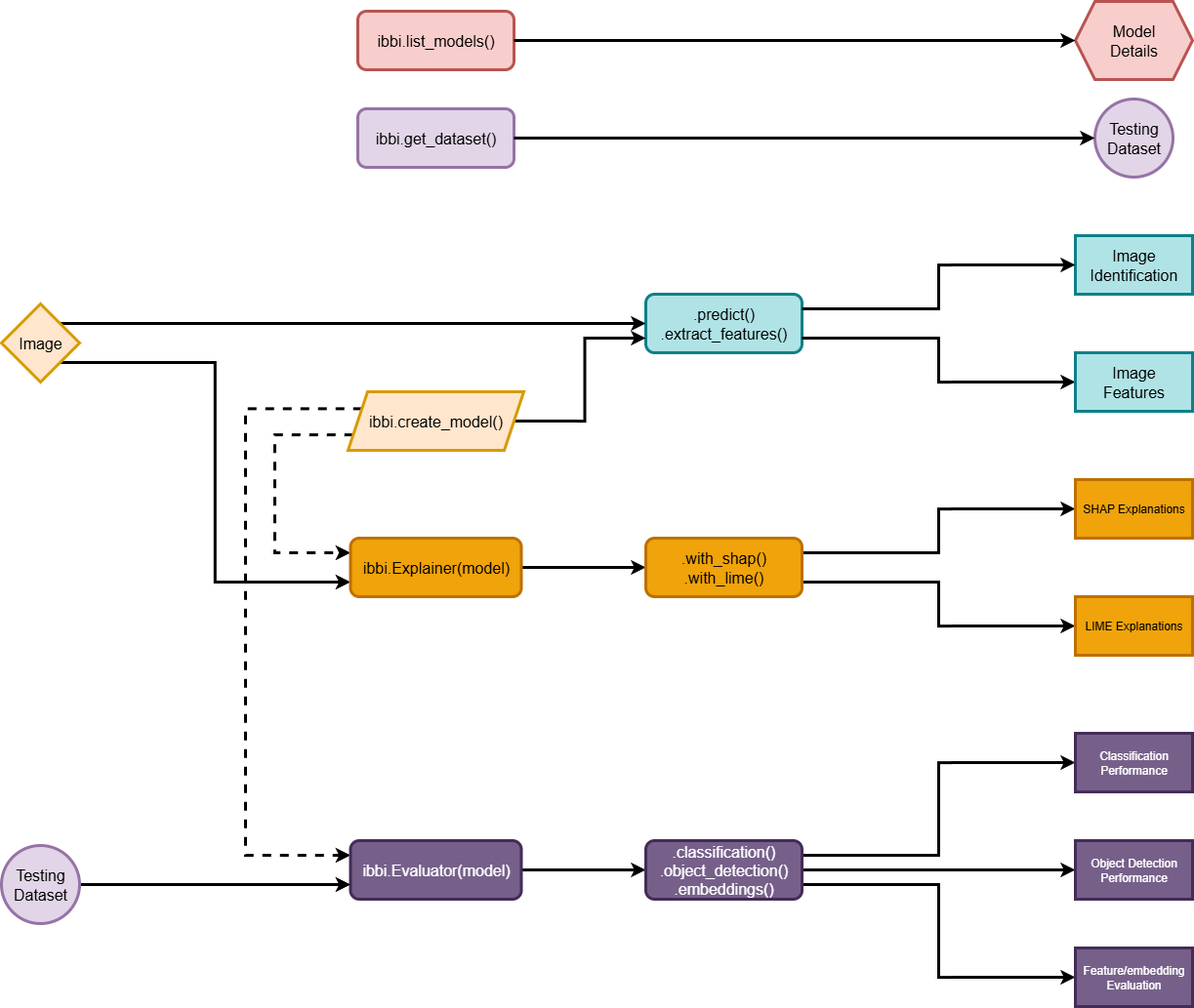
Before: assets/images/ibbi_inputs_outputs.png, a diagram exported from draw.io (ChristopherMarais/IBBI). Source tidied: cells renumbered, new cells last; positions are measured from the earlier drawing's top-left corner, leaving out a move shared by most shapes.
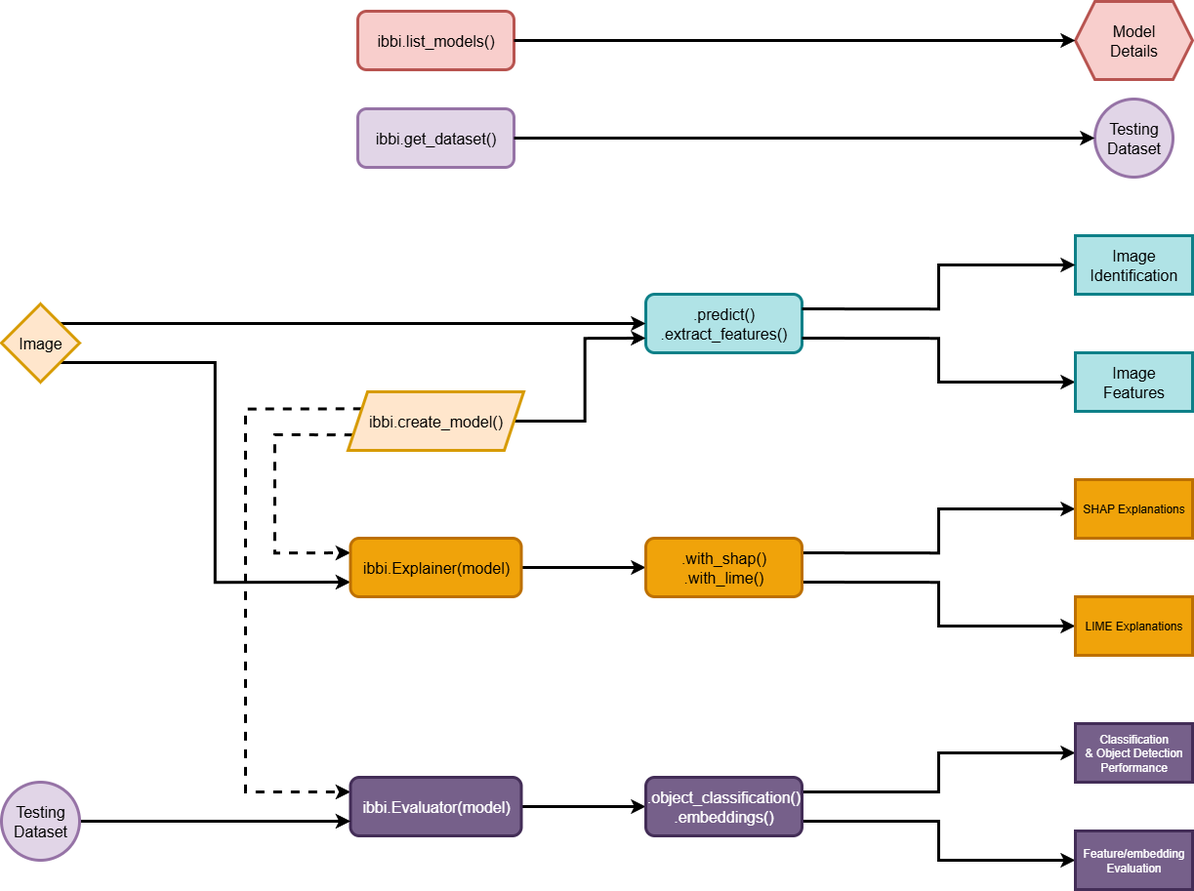
After the change.

Diff of the diagram source:
```diff
@@ -30,7 +30,7 @@
       <mxGeometry relative="1" as="geometry">
         <Array as="points">
           <mxPoint x="250" y="417" />
-          <mxPoint x="250" y="875" />
+          <mxPoint x="250" y="810" />
         </Array>
       </mxGeometry>
     </mxCell>
@@ -67,34 +67,28 @@
       <mxGeometry relative="1" as="geometry" />
     </mxCell>
     <mxCell id="20" value="&lt;span style=&quot;font-size: 16px;&quot;&gt;ibbi.Evaluator(model)&lt;/span&gt;" style="rounded=1;whiteSpace=wrap;html=1;fillColor=#76608a;strokeColor=#432D57;strokeWidth=3;textShadow=0;fontColor=#ffffff;" parent="1" vertex="1">
-      <mxGeometry x="357.5" y="860" width="175" height="60" as="geometry" />
+      <mxGeometry x="357.5" y="795" width="175" height="60" as="geometry" />
     </mxCell>
     <mxCell id="21" style="edgeStyle=orthogonalEdgeStyle;rounded=0;jettySize=auto;html=1;exitX=1;exitY=0.5;exitDx=0;exitDy=0;entryX=0;entryY=0.75;entryDx=0;entryDy=0;strokeWidth=3;endArrow=classic;endFill=1;" parent="1" edge="1" source="22" target="20">
       <mxGeometry relative="1" as="geometry" />
     </mxCell>
     <mxCell id="22" value="Testing Dataset" style="ellipse;whiteSpace=wrap;html=1;strokeWidth=3;fontSize=16;fillColor=#e1d5e7;strokeColor=#9673a6;" parent="1" vertex="1">
-      <mxGeometry y="865" width="80" height="80" as="geometry" />
+      <mxGeometry y="800" width="80" height="80" as="geometry" />
     </mxCell>
-    <mxCell id="23" style="edgeStyle=orthogonalEdgeStyle;rounded=0;jettySize=auto;html=1;exitX=1;exitY=0.5;exitDx=0;exitDy=0;entryX=0;entryY=0.5;entryDx=0;entryDy=0;strokeWidth=3;endArrow=classic;endFill=1;" parent="1" edge="1" source="26" target="28">
-      <mxGeometry relative="1" as="geometry" />
-    </mxCell>
     <mxCell id="24" style="edgeStyle=orthogonalEdgeStyle;rounded=0;jettySize=auto;html=1;exitX=1;exitY=0.25;exitDx=0;exitDy=0;entryX=0;entryY=0.5;entryDx=0;entryDy=0;strokeWidth=3;endArrow=classic;endFill=1;" parent="1" edge="1" source="26" target="27">
       <mxGeometry relative="1" as="geometry" />
     </mxCell>
     <mxCell id="25" style="edgeStyle=orthogonalEdgeStyle;rounded=0;jettySize=auto;html=1;exitX=1;exitY=0.75;exitDx=0;exitDy=0;entryX=0;entryY=0.5;entryDx=0;entryDy=0;strokeWidth=3;endArrow=classic;endFill=1;" parent="1" edge="1" source="26" target="29">
       <mxGeometry relative="1" as="geometry" />
     </mxCell>
-    <mxCell id="26" value="&lt;span style=&quot;font-size: 16px;&quot;&gt;.classification()&lt;/span&gt;&lt;div&gt;&lt;span style=&quot;font-size: 16px;&quot;&gt;.object_detection()&lt;/span&gt;&lt;/div&gt;&lt;div&gt;&lt;span style=&quot;font-size: 16px;&quot;&gt;.embeddings()&lt;/span&gt;&lt;/div&gt;" style="rounded=1;whiteSpace=wrap;html=1;fillColor=#76608a;strokeColor=#432D57;textShadow=0;strokeWidth=3;fontColor=#ffffff;" parent="1" vertex="1">
-      <mxGeometry x="660" y="860" width="160" height="60" as="geometry" />
+    <mxCell id="26" value="&lt;div&gt;&lt;span style=&quot;font-size: 16px;&quot;&gt;.object_classification()&lt;/span&gt;&lt;/div&gt;&lt;div&gt;&lt;span style=&quot;font-size: 16px;&quot;&gt;.embeddings()&lt;/span&gt;&lt;/div&gt;" style="rounded=1;whiteSpace=wrap;html=1;fillColor=#76608a;strokeColor=#432D57;textShadow=0;strokeWidth=3;fontColor=#ffffff;" parent="1" vertex="1">
+      <mxGeometry x="660" y="795" width="160" height="60" as="geometry" />
     </mxCell>
-    <mxCell id="27" value="Classification Performance" style="rounded=0;whiteSpace=wrap;html=1;fillColor=#76608a;strokeColor=#432D57;textShadow=0;strokeWidth=3;fontColor=#ffffff;" parent="1" vertex="1">
-      <mxGeometry x="1100" y="750" width="120" height="60" as="geometry" />
+    <mxCell id="27" value="Classification &amp;amp;&amp;nbsp;Object Detection Performance" style="rounded=0;whiteSpace=wrap;html=1;fillColor=#76608a;strokeColor=#432D57;textShadow=0;strokeWidth=3;fontColor=#ffffff;" parent="1" vertex="1">
+      <mxGeometry x="1100" y="740" width="120" height="60" as="geometry" />
     </mxCell>
-    <mxCell id="28" value="Object Detection Performance" style="rounded=0;whiteSpace=wrap;html=1;fillColor=#76608a;strokeColor=#432D57;textShadow=0;strokeWidth=3;fontColor=#ffffff;" parent="1" vertex="1">
-      <mxGeometry x="1100" y="860" width="120" height="60" as="geometry" />
-    </mxCell>
     <mxCell id="29" value="Feature/embedding Evaluation" style="rounded=0;whiteSpace=wrap;html=1;fillColor=#76608a;strokeColor=#432D57;textShadow=0;strokeWidth=3;fontColor=#ffffff;" parent="1" vertex="1">
-      <mxGeometry x="1100" y="970" width="120" height="60" as="geometry" />
+      <mxGeometry x="1100" y="850" width="120" height="60" as="geometry" />
     </mxCell>
     <mxCell id="30" style="edgeStyle=orthogonalEdgeStyle;rounded=0;jettySize=auto;html=1;exitX=1;exitY=0.5;exitDx=0;exitDy=0;entryX=0;entryY=0.5;entryDx=0;entryDy=0;strokeWidth=3;endArrow=classic;endFill=1;" parent="1" edge="1" source="31" target="34">
       <mxGeometry relative="1" as="geometry" />
```
